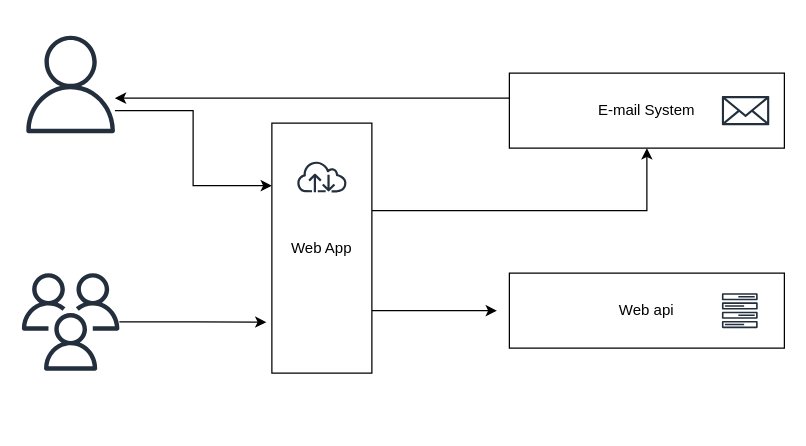
Earlier version of the draw.io diagram page "System context" (1 of 3) of docs/Untitled Diagram.drawio (voloshyndmitry/tokyo). Source tidied: cells renumbered, new cells numbered last; positions are measured from the earlier drawing's top-left corner, leaving out a move shared by most shapes. Both pictures are drawn from the tidied source at 125%, with x=0, y=0 at pixel (21, 35).
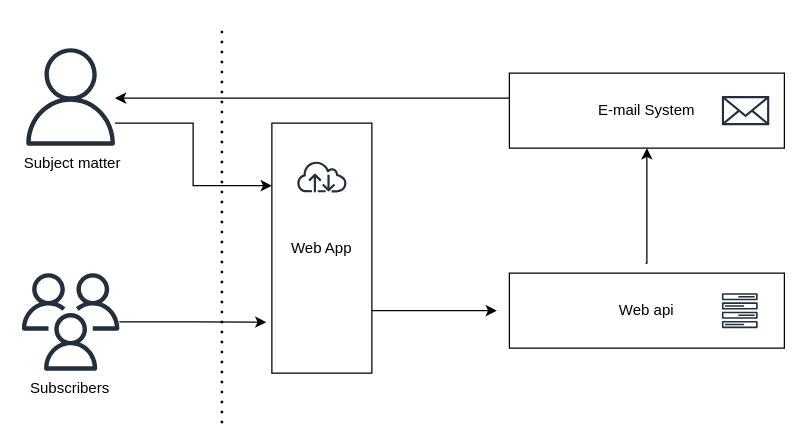
The same diagram, later.

The change refers to these unchanged cells:
```xml
<mxCell id="7" value="E-mail System" style="rounded=0;whiteSpace=wrap;html=1;" parent="1" vertex="1">
  <mxGeometry x="390" y="30" width="220" height="60" as="geometry" />
</mxCell>
<mxCell id="11" value="Web App" style="rounded=0;whiteSpace=wrap;html=1;" parent="1" vertex="1">
  <mxGeometry x="200" y="70" width="80" height="200" as="geometry" />
</mxCell>
<mxCell id="13" value="Web api" style="rounded=0;whiteSpace=wrap;html=1;" parent="1" vertex="1">
  <mxGeometry x="390" y="190" width="220" height="60" as="geometry" />
</mxCell>
```

Change to the diagram source:
```diff
@@
     <mxCell id="2" style="edgeStyle=orthogonalEdgeStyle;rounded=0;jettySize=auto;html=1;entryX=0;entryY=0.25;entryDx=0;entryDy=0;" parent="1" edge="1" source="3" target="11">
       <mxGeometry relative="1" as="geometry">
         <Array as="points">
-          <mxPoint x="137" y="60" />
+          <mxPoint x="137" y="70" />
           <mxPoint x="137" y="120" />
         </Array>
       </mxGeometry>
     </mxCell>
     <mxCell id="3" style="sketch=0;outlineConnect=0;fontColor=#232F3E;gradientColor=none;fillColor=#232F3D;strokeColor=none;dashed=0;verticalLabelPosition=bottom;verticalAlign=top;align=center;html=1;fontSize=12;fontStyle=0;shape=mxgraph.aws4.user;" parent="1" vertex="1">
-      <mxGeometry width="78" height="78" as="geometry" />
+      <mxGeometry y="10" width="78" height="78" as="geometry" />
     </mxCell>
@@
-    <mxCell id="6" style="edgeStyle=orthogonalEdgeStyle;rounded=0;jettySize=auto;html=1;" parent="1" edge="1" source="7" target="3">
+    <mxCell id="6" style="edgeStyle=orthogonalEdgeStyle;rounded=0;jettySize=auto;html=1;" parent="1" edge="1" source="7">
       <mxGeometry relative="1" as="geometry">
+        <mxPoint x="74.5" y="50" as="targetPoint" />
         <Array as="points">
           <mxPoint x="110" y="50" />
           <mxPoint x="110" y="50" />
         </Array>
       </mxGeometry>
     </mxCell>
@@
-    <mxCell id="10" style="edgeStyle=orthogonalEdgeStyle;rounded=0;jettySize=auto;html=1;entryX=0.5;entryY=1;entryDx=0;entryDy=0;" parent="1" edge="1" source="11" target="7">
+    <mxCell id="10" style="edgeStyle=orthogonalEdgeStyle;rounded=0;jettySize=auto;html=1;entryX=0.5;entryY=1;entryDx=0;entryDy=0;exitX=0.495;exitY=-0.133;exitDx=0;exitDy=0;exitPerimeter=0;" parent="1" edge="1" source="13" target="7">
       <mxGeometry relative="1" as="geometry">
         <Array as="points">
-          <mxPoint x="500" y="140" />
+          <mxPoint x="500" y="182" />
         </Array>
       </mxGeometry>
     </mxCell>
@@
+    <mxCell id="15" style="endArrow=none;dashed=1;html=1;dashPattern=1 3;strokeWidth=2;rounded=0;" parent="1" edge="1">
+      <mxGeometry relative="1" as="geometry">
+        <mxPoint x="160" y="310" as="sourcePoint" />
+        <mxPoint x="160" y="-10" as="targetPoint" />
+      </mxGeometry>
+    </mxCell>
+    <mxCell id="16" value="Subject matter" style="text;whiteSpace=wrap;html=1;" parent="1" vertex="1">
+      <mxGeometry y="88" width="100" height="30" as="geometry" />
+    </mxCell>
+    <mxCell id="17" value="Subscribers" style="text;whiteSpace=wrap;html=1;" parent="1" vertex="1">
+      <mxGeometry x="5" y="268" width="90" height="30" as="geometry" />
+    </mxCell>
```
